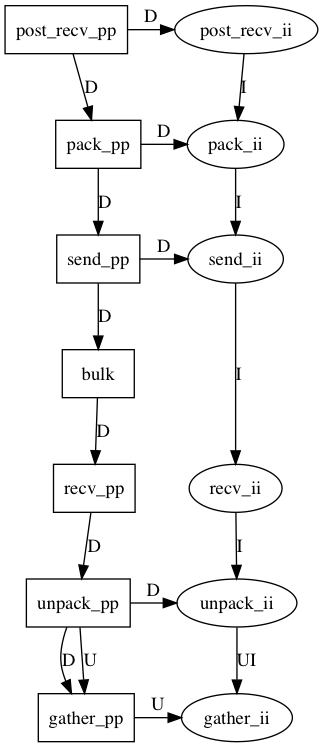
Above: doc/odstr/graphviz/deps.png in uDeviceX/uDeviceX (Graphviz), before the change. Its source is kept beside it as doc/odstr/graphviz/deps.gv. The source it was exported from:
```dot
digraph {
	{
		node [shape=box]
		post_recv_pp->pack_pp->send_pp->bulk->recv_pp->unpack_pp->gather_pp [label="D"];
	}
	post_recv_pp->post_recv_ii [label="D"];
	pack_pp->pack_ii [label="D"];
	send_pp->send_ii [label="D"];
	unpack_pp->unpack_ii [label="D"];

	unpack_pp->gather_pp->gather_ii[label="U"];

	unpack_ii->gather_ii [label="UI"];

	post_recv_ii->pack_ii->send_ii->recv_ii->unpack_ii [label="I"];

	{rank=same; post_recv_pp; post_recv_ii;}
	{rank=same; pack_pp; pack_ii;}
	{rank=same; send_pp; send_ii;}
	{rank=same; recv_pp; recv_ii;}
	{rank=same; unpack_pp; unpack_ii;}
	{rank=same; gather_pp; gather_ii;}
}
```
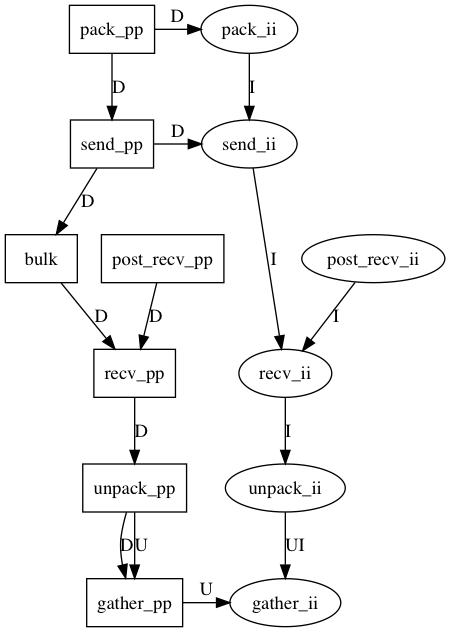
After the commit.

Commit message:
clear deps

Diff of the diagram source:
```diff
@@ -1,18 +1,18 @@
 digraph {
 	{
 		node [shape=box]
-		post_recv_pp->pack_pp->send_pp->bulk->recv_pp->unpack_pp->gather_pp [label="D"];
+		pack_pp->send_pp->bulk->recv_pp->unpack_pp->gather_pp [label="D"];
+		post_recv_pp->recv_pp [label="D"];
 	}
-	post_recv_pp->post_recv_ii [label="D"];
 	pack_pp->pack_ii [label="D"];
 	send_pp->send_ii [label="D"];
-	unpack_pp->unpack_ii [label="D"];
 
 	unpack_pp->gather_pp->gather_ii[label="U"];
 
 	unpack_ii->gather_ii [label="UI"];
 
-	post_recv_ii->pack_ii->send_ii->recv_ii->unpack_ii [label="I"];
+	pack_ii->send_ii->recv_ii->unpack_ii [label="I"];
+	post_recv_ii->recv_ii [label="I"];
 
 	{rank=same; post_recv_pp; post_recv_ii;}
 	{rank=same; pack_pp; pack_ii;}
```
